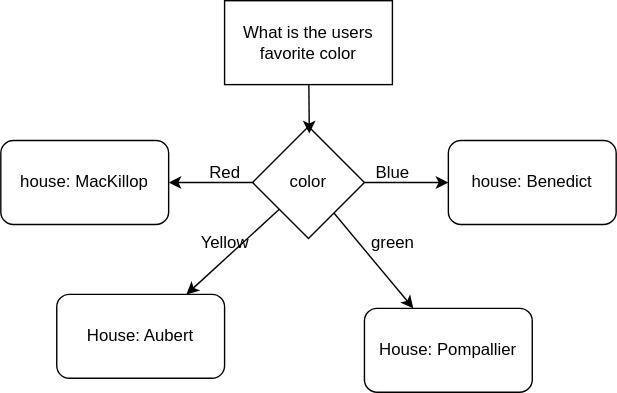
Before: whanau_flowchart.drawio.svg, a diagram exported from draw.io (Dekoder-py-school/whanau_color). Source tidied: cells renumbered, new cells last; positions are measured from the earlier drawing's top-left corner, leaving out a move shared by most shapes.
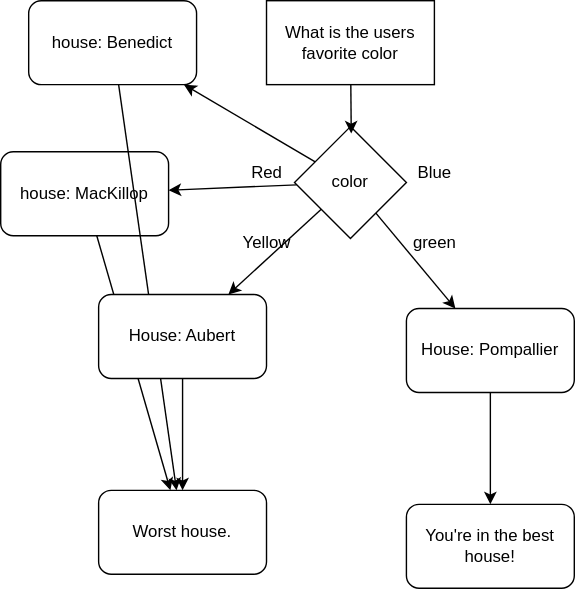
Above is the later version.

Commit message:
finish flowchart

What changed in the source:
```diff
@@ -20,21 +20,33 @@
     <mxCell id="7" value="color" style="rhombus;whiteSpace=wrap;html=1;" parent="1" vertex="1">
       <mxGeometry x="180" y="90" width="80" height="80" as="geometry" />
     </mxCell>
+    <mxCell id="17" style="edgeStyle=none;html=1;" parent="1" edge="1" source="8" target="22">
+      <mxGeometry relative="1" as="geometry" />
+    </mxCell>
     <mxCell id="8" value="house: MacKillop" style="rounded=1;whiteSpace=wrap;html=1;" parent="1" vertex="1">
-      <mxGeometry y="100" width="120" height="60" as="geometry" />
+      <mxGeometry x="-30" y="108" width="120" height="60" as="geometry" />
     </mxCell>
     <mxCell id="9" value="Red" style="text;html=1;align=center;verticalAlign=middle;strokeColor=none;fillColor=none;" parent="1" vertex="1">
       <mxGeometry x="135" y="108" width="50" height="30" as="geometry" />
     </mxCell>
+    <mxCell id="18" style="edgeStyle=none;html=1;" parent="1" edge="1" source="10" target="22">
+      <mxGeometry relative="1" as="geometry" />
+    </mxCell>
     <mxCell id="10" value="house: Benedict" style="rounded=1;whiteSpace=wrap;html=1;" parent="1" vertex="1">
-      <mxGeometry x="320" y="100" width="120" height="60" as="geometry" />
+      <mxGeometry x="-10" width="120" height="60" as="geometry" />
     </mxCell>
     <mxCell id="11" value="Blue" style="text;html=1;align=center;verticalAlign=middle;strokeColor=none;fillColor=none;" parent="1" vertex="1">
       <mxGeometry x="255" y="108" width="50" height="30" as="geometry" />
     </mxCell>
+    <mxCell id="19" style="edgeStyle=none;html=1;" parent="1" edge="1" source="12" target="21">
+      <mxGeometry relative="1" as="geometry" />
+    </mxCell>
     <mxCell id="12" value="House: Pompallier" style="rounded=1;whiteSpace=wrap;html=1;" parent="1" vertex="1">
       <mxGeometry x="260" y="220" width="120" height="60" as="geometry" />
     </mxCell>
+    <mxCell id="20" style="edgeStyle=none;html=1;" parent="1" edge="1" source="13" target="22">
+      <mxGeometry relative="1" as="geometry" />
+    </mxCell>
     <mxCell id="13" value="House: Aubert" style="rounded=1;whiteSpace=wrap;html=1;" parent="1" vertex="1">
       <mxGeometry x="40" y="210" width="120" height="60" as="geometry" />
     </mxCell>
@@ -47,5 +59,11 @@
     <mxCell id="16" style="edgeStyle=none;html=1;entryX=0.507;entryY=0.061;entryDx=0;entryDy=0;entryPerimeter=0;" parent="1" edge="1" source="2" target="7">
       <mxGeometry relative="1" as="geometry" />
     </mxCell>
+    <mxCell id="21" value="You're in the best house!" style="rounded=1;whiteSpace=wrap;html=1;" parent="1" vertex="1">
+      <mxGeometry x="260" y="360" width="120" height="60" as="geometry" />
+    </mxCell>
+    <mxCell id="22" value="Worst house." style="whiteSpace=wrap;html=1;rounded=1;" parent="1" vertex="1">
+      <mxGeometry x="40" y="350" width="120" height="60" as="geometry" />
+    </mxCell>
   </root>
 </mxGraphModel>
```
